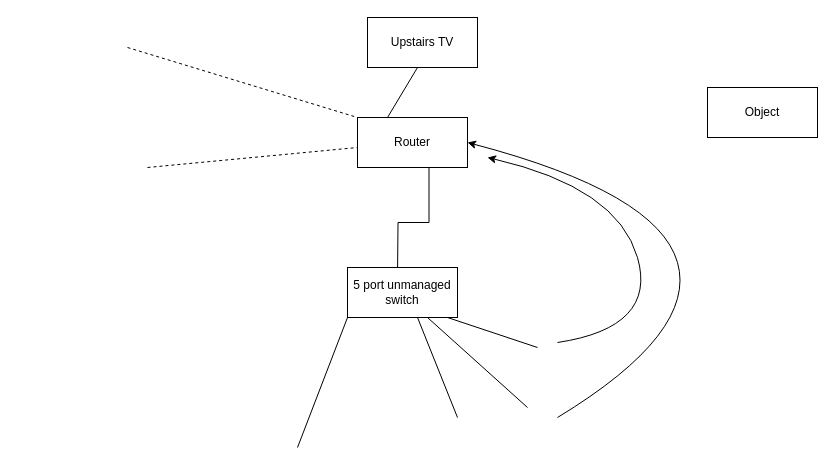
The draw.io diagram Untitled Diagram.drawio in Bamoyski/minirack, before the edit. Source tidied: cells renumbered, new cells numbered last; positions are measured from the earlier drawing's top-left corner, leaving out a move shared by most shapes. Both pictures are drawn from the tidied source at 100%, with x=0, y=0 at pixel (127, 17).
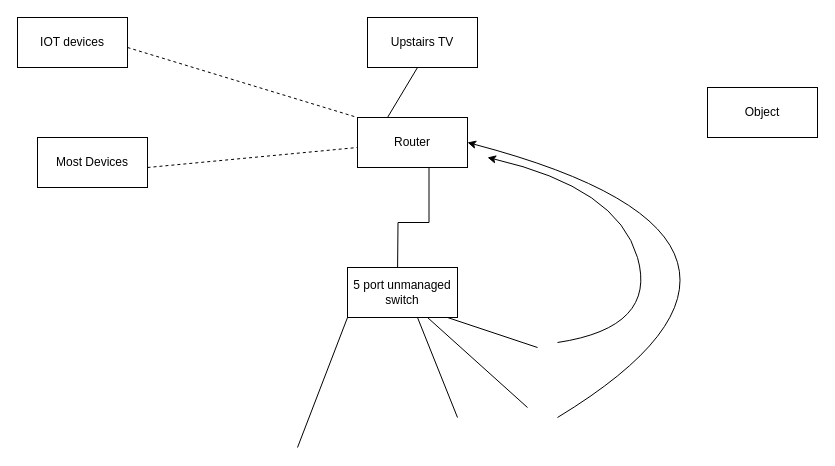
Above is the later version.

Change to the diagram source:
```diff
@@
+    <mxCell id="17" value="Most Devices" style="html=1;whiteSpace=wrap;" parent="1" vertex="1">
+      <mxGeometry x="-90" y="120" width="110" height="50" as="geometry" />
+    </mxCell>
+    <mxCell id="18" value="IOT devices" style="html=1;whiteSpace=wrap;" parent="1" vertex="1">
+      <mxGeometry x="-110" width="110" height="50" as="geometry" />
+    </mxCell>
```
